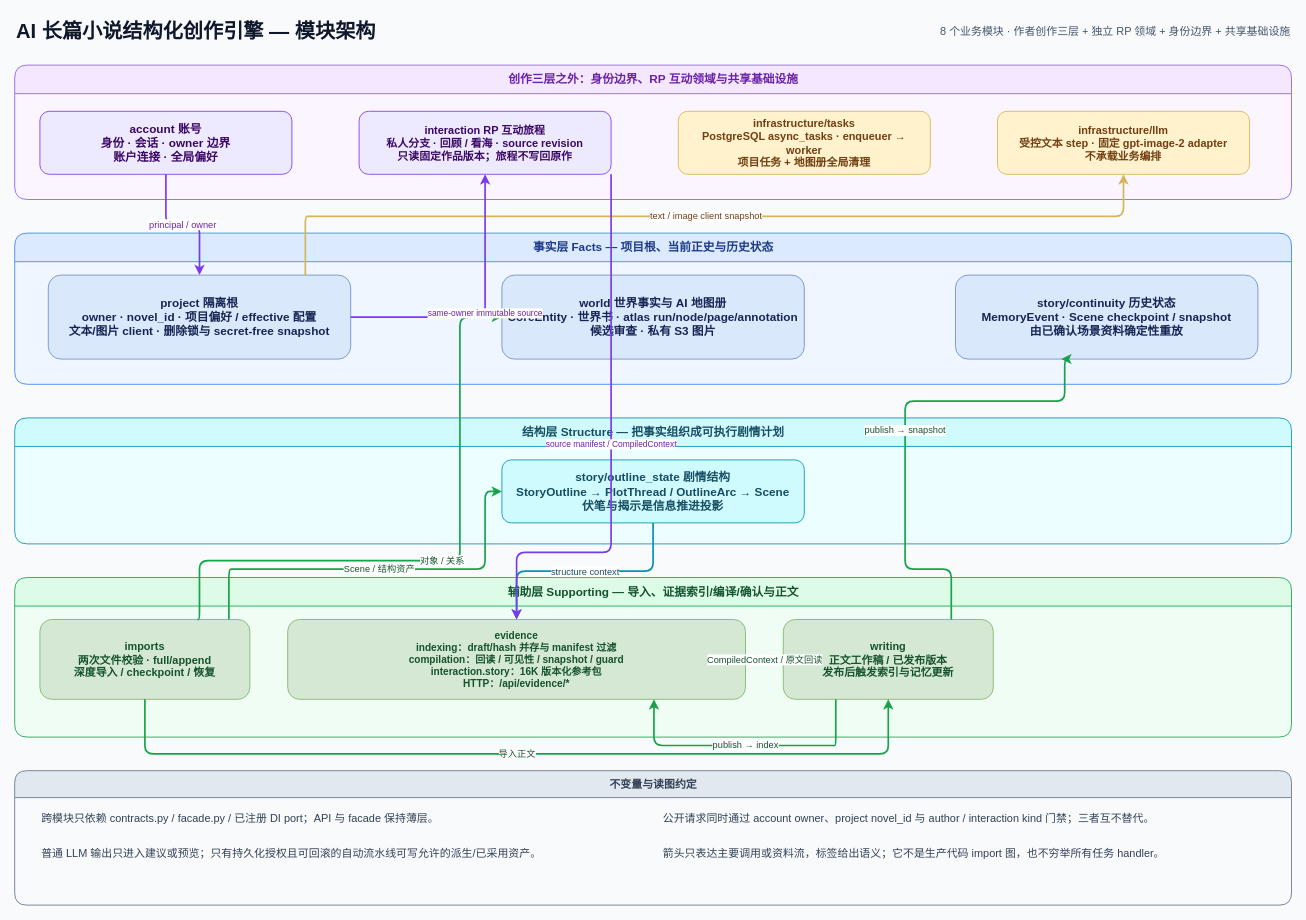
This is docs/architecture/module-architecture.drawio from FengHuoLinShan/ai-writing-assist, a draw.io file, before an edit. Source tidied: cells renumbered, new cells numbered last; positions are measured from the earlier drawing's top-left corner, leaving out a move shared by most shapes. Both pictures are drawn from the tidied source at 84%, with x=0, y=0 at pixel (14, 14).
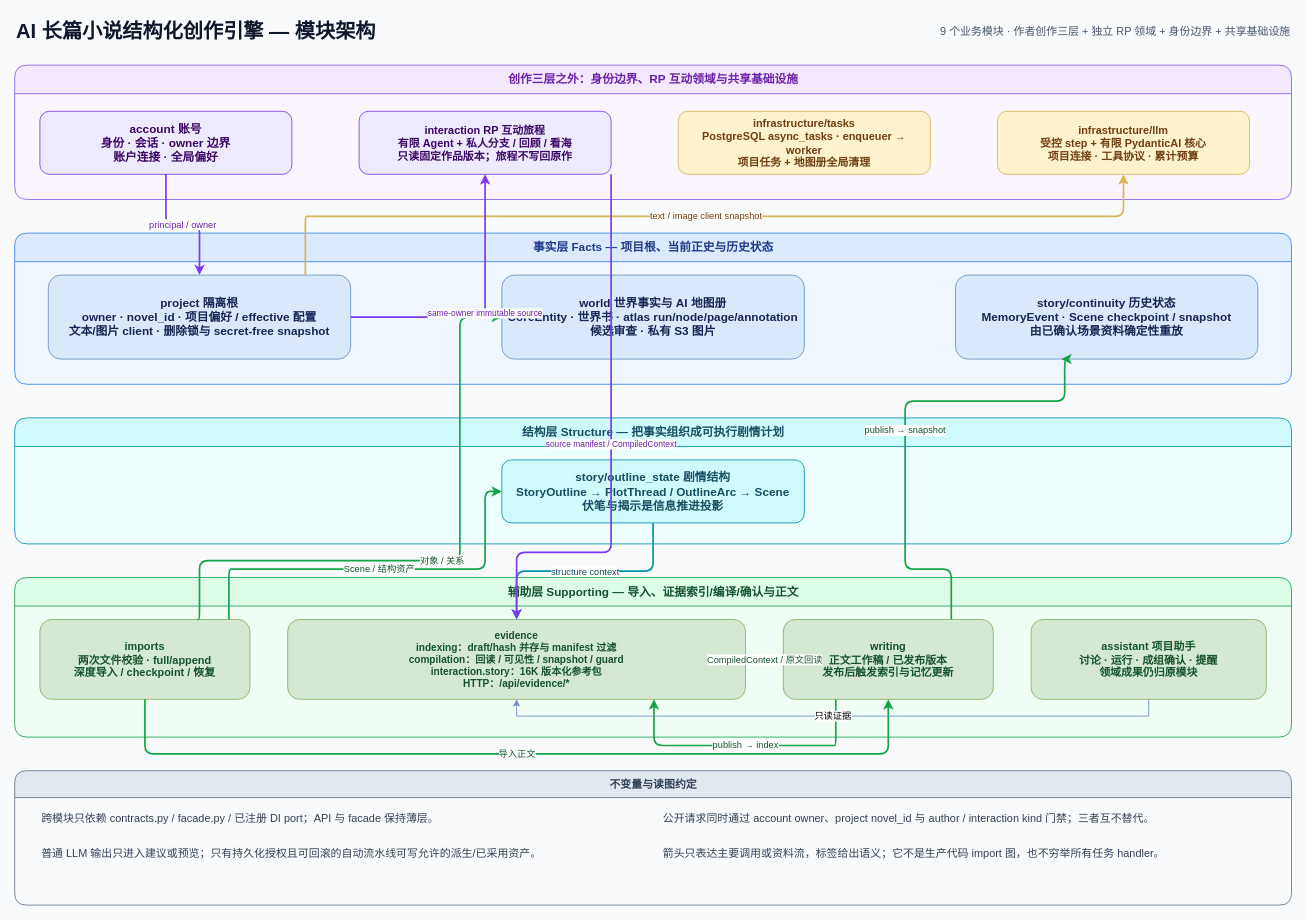
After the change.

The change refers to these unchanged cells:
```xml
<mxCell id="4" value="创作三层之外：身份边界、RP 互动领域与共享基础设施" style="swimlane;startSize=34;horizontal=1;rounded=1;html=1;fillColor=#f3e8ff;swimlaneFillColor=#faf5ff;strokeColor=#8b5cf6;fontColor=#6b21a8;fontSize=14;fontStyle=1;" parent="1" vertex="1">
  <mxGeometry y="60" width="1520" height="160" as="geometry" />
</mxCell>
<mxCell id="15" value="辅助层 Supporting — 导入、证据索引/编译/确认与正文" style="swimlane;startSize=34;horizontal=1;rounded=1;html=1;fillColor=#dcfce7;swimlaneFillColor=#f0fdf4;strokeColor=#16a34a;fontColor=#14532d;fontSize=14;fontStyle=1;" parent="1" vertex="1">
  <mxGeometry y="670" width="1520" height="190" as="geometry" />
</mxCell>
<mxCell id="17" value="evidence&#10;indexing：draft/hash 并存与 manifest 过滤&#10;compilation：回读 / 可见性 / snapshot / guard&#10;interaction.story：16K 版本化参考包&#10;HTTP：/api/evidence/*" style="rounded=1;whiteSpace=wrap;html=1;fillColor=#d5e8d4;strokeColor=#82b366;fontColor=#14532d;fontSize=12;fontStyle=1;spacing=8;" parent="15" vertex="1">
  <mxGeometry x="325" y="50" width="545" height="95" as="geometry" />
</mxCell>
```

The edit, as a diff of the source:
```diff
@@
-    <mxCell id="3" value="8 个业务模块 · 作者创作三层 + 独立 RP 领域 + 身份边界 + 共享基础设施" style="text;html=1;align=right;verticalAlign=middle;fontSize=13;fontColor=#475569;" parent="1" vertex="1">
+    <mxCell id="3" value="9 个业务模块 · 作者创作三层 + 独立 RP 领域 + 身份边界 + 共享基础设施" style="text;html=1;align=right;verticalAlign=middle;fontSize=13;fontColor=#475569;" parent="1" vertex="1">
       <mxGeometry x="760" y="5" width="760" height="30" as="geometry" />
     </mxCell>
@@
-    <mxCell id="6" value="interaction RP 互动旅程&#10;私人分支 · 回顾 / 看海 · source revision&#10;只读固定作品版本；旅程不写回原作" style="rounded=1;whiteSpace=wrap;html=1;fillColor=#ede9fe;strokeColor=#7c3aed;fontColor=#3b0764;fontSize=13;fontStyle=1;spacing=8;" parent="4" vertex="1">
+    <mxCell id="6" value="interaction RP 互动旅程&#10;有限 Agent + 私人分支 / 回顾 / 看海&#10;只读固定作品版本；旅程不写回原作" style="rounded=1;whiteSpace=wrap;html=1;fillColor=#ede9fe;strokeColor=#7c3aed;fontColor=#3b0764;fontSize=13;fontStyle=1;spacing=8;" parent="4" vertex="1">
       <mxGeometry x="410" y="55" width="300" height="75" as="geometry" />
     </mxCell>
@@
-    <mxCell id="8" value="infrastructure/llm&#10;受控文本 step · 固定 gpt-image-2 adapter&#10;不承载业务编排" style="rounded=1;whiteSpace=wrap;html=1;fillColor=#fff2cc;strokeColor=#d6b656;fontColor=#713f12;fontSize=13;fontStyle=1;spacing=8;" parent="4" vertex="1">
+    <mxCell id="8" value="infrastructure/llm&#10;受控 step + 有限 PydanticAI 核心&#10;项目连接 · 工具协议 · 累计预算" style="rounded=1;whiteSpace=wrap;html=1;fillColor=#fff2cc;strokeColor=#d6b656;fontColor=#713f12;fontSize=13;fontStyle=1;spacing=8;" parent="4" vertex="1">
       <mxGeometry x="1170" y="55" width="300" height="75" as="geometry" />
     </mxCell>
@@
+    <mxCell id="35" value="assistant 项目助手&#10;讨论 · 运行 · 成组确认 · 提醒&#10;领域成果仍归原模块" style="rounded=1;whiteSpace=wrap;html=1;fillColor=#d5e8d4;strokeColor=#82b366;fontColor=#14532d;fontSize=13;fontStyle=1;spacing=8;" parent="15" vertex="1">
+      <mxGeometry x="1210" y="50" width="280" height="95" as="geometry" />
+    </mxCell>
+    <mxCell id="36" value="只读证据" style="edgeStyle=orthogonalEdgeStyle;rounded=0;html=1;strokeColor=#6c8ebf;exitX=0.5;exitY=1;entryX=0.5;entryY=1;" parent="1" edge="1" source="35" target="17">
+      <mxGeometry relative="1" as="geometry">
+        <Array as="points">
+          <mxPoint x="1350" y="835" />
+          <mxPoint x="597" y="835" />
+        </Array>
+      </mxGeometry>
+    </mxCell>
```
